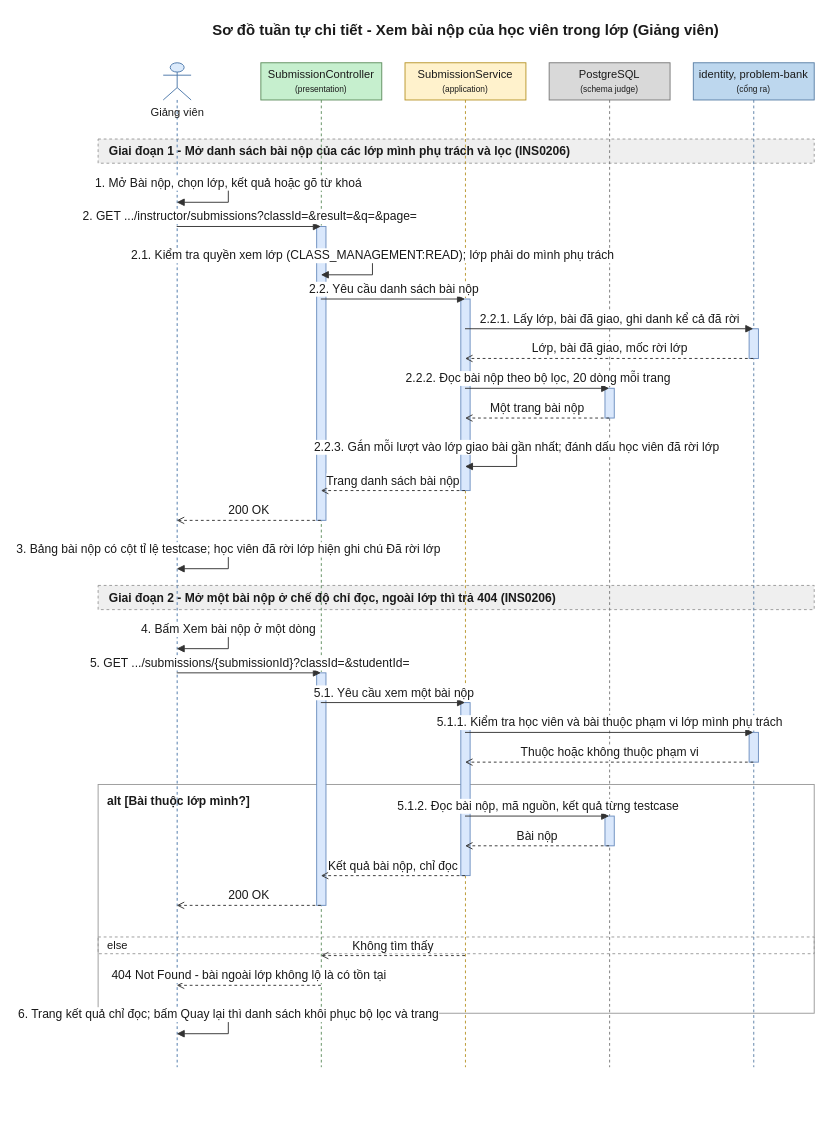
Above: 08-diagram/sequence/gv/sequence_gv_xem_bai_nop_cua_lop.drawio in daiphu1801/PRJ_ALGOPREP (draw.io), before the change. Source tidied: cells renumbered, new cells numbered last; positions are measured from the earlier drawing's top-left corner, leaving out a move shared by most shapes. Both pictures are drawn from the tidied source at 93%, with x=0, y=0 at pixel (98, 16).
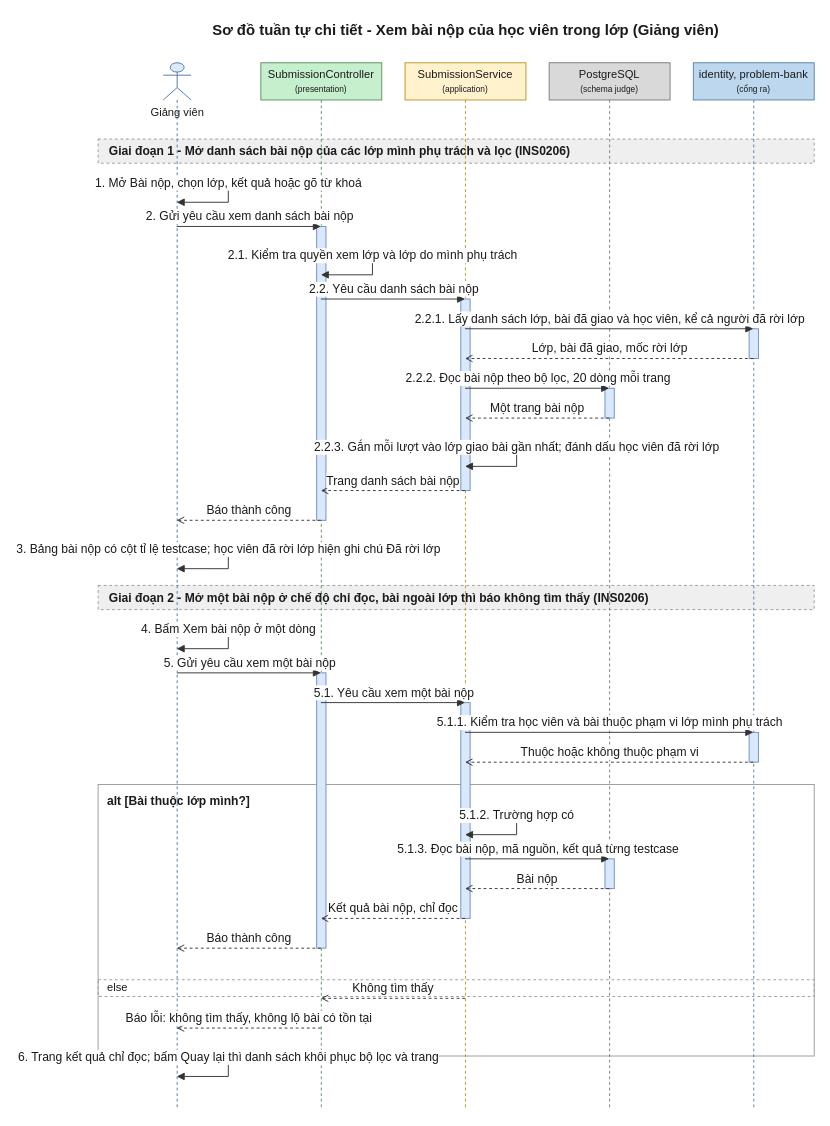
After the change.

Change to the diagram source:
```diff
@@
     <mxCell id="3" value="alt [Bài thuộc lớp mình?]" style="algoprep=alt;rounded=0;whiteSpace=wrap;html=1;fillColor=none;strokeColor=#999999;verticalAlign=top;align=left;spacingLeft=8;spacingTop=4;fontColor=#1A1A1A;fontSize=13;fontStyle=1;dashed=0;" parent="1" vertex="1">
-      <mxGeometry y="826" width="770" height="246" as="geometry" />
+      <mxGeometry y="826" width="770" height="292" as="geometry" />
     </mxCell>
     <mxCell id="4" value="else" style="text;html=1;dashed=1;strokeColor=#999999;fillColor=none;align=left;verticalAlign=middle;spacingLeft=8;fontColor=#1A1A1A;fontSize=12;" parent="1" vertex="1">
-      <mxGeometry y="990" width="770" height="18" as="geometry" />
+      <mxGeometry y="1036" width="770" height="18" as="geometry" />
     </mxCell>
@@
-    <mxCell id="6" value="Giai đoạn 2 - Mở một bài nộp ở chế độ chỉ đọc, ngoài lớp thì trả 404 (INS0206)" style="algoprep=phase;rounded=0;whiteSpace=wrap;html=1;fillColor=#EFEFEF;strokeColor=#999999;dashed=1;align=left;verticalAlign=middle;spacingLeft=10;fontColor=#1A1A1A;fontSize=13;fontStyle=1;" parent="1" vertex="1">
+    <mxCell id="6" value="Giai đoạn 2 - Mở một bài nộp ở chế độ chỉ đọc, bài ngoài lớp thì báo không tìm thấy (INS0206)" style="algoprep=phase;rounded=0;whiteSpace=wrap;html=1;fillColor=#EFEFEF;strokeColor=#999999;dashed=1;align=left;verticalAlign=middle;spacingLeft=10;fontColor=#1A1A1A;fontSize=13;fontStyle=1;" parent="1" vertex="1">
       <mxGeometry y="612" width="770" height="26" as="geometry" />
     </mxCell>
     <mxCell id="7" value="Giảng viên" style="shape=umlLifeline;participant=umlActor;perimeter=lifelinePerimeter;html=1;outlineConnect=0;size=40;verticalAlign=top;spacingTop=40;fillColor=#DCEBFC;strokeColor=#4A76A8;fontColor=#1A1A1A;" parent="1" vertex="1">
-      <mxGeometry x="70" y="50" width="30" height="1080" as="geometry" />
+      <mxGeometry x="70" y="50" width="30" height="1126" as="geometry" />
     </mxCell>
     <mxCell id="8" value="SubmissionController&lt;br&gt;&lt;font style=&quot;font-size:9px&quot;&gt;(presentation)&lt;/font&gt;" style="shape=umlLifeline;perimeter=lifelinePerimeter;whiteSpace=wrap;html=1;outlineConnect=0;size=40;fillColor=#C6EFCE;strokeColor=#5E8E5E;fontColor=#1A1A1A;" parent="1" vertex="1">
-      <mxGeometry x="175" y="50" width="130" height="1080" as="geometry" />
+      <mxGeometry x="175" y="50" width="130" height="1126" as="geometry" />
     </mxCell>
     <mxCell id="9" value="SubmissionService&lt;br&gt;&lt;font style=&quot;font-size:9px&quot;&gt;(application)&lt;/font&gt;" style="shape=umlLifeline;perimeter=lifelinePerimeter;whiteSpace=wrap;html=1;outlineConnect=0;size=40;fillColor=#FFF2CC;strokeColor=#B8952A;fontColor=#1A1A1A;" parent="1" vertex="1">
-      <mxGeometry x="330" y="50" width="130" height="1080" as="geometry" />
+      <mxGeometry x="330" y="50" width="130" height="1126" as="geometry" />
     </mxCell>
     <mxCell id="10" value="PostgreSQL&lt;br&gt;&lt;font style=&quot;font-size:9px&quot;&gt;(schema judge)&lt;/font&gt;" style="shape=umlLifeline;perimeter=lifelinePerimeter;whiteSpace=wrap;html=1;outlineConnect=0;size=40;fillColor=#D9D9D9;strokeColor=#7A7A7A;fontColor=#1A1A1A;" parent="1" vertex="1">
-      <mxGeometry x="485" y="50" width="130" height="1080" as="geometry" />
+      <mxGeometry x="485" y="50" width="130" height="1126" as="geometry" />
     </mxCell>
     <mxCell id="11" value="identity, problem-bank&lt;br&gt;&lt;font style=&quot;font-size:9px&quot;&gt;(cổng ra)&lt;/font&gt;" style="shape=umlLifeline;perimeter=lifelinePerimeter;whiteSpace=wrap;html=1;outlineConnect=0;size=40;fillColor=#BDD7EE;strokeColor=#5A7FA6;fontColor=#1A1A1A;" parent="1" vertex="1">
-      <mxGeometry x="640" y="50" width="130" height="1080" as="geometry" />
+      <mxGeometry x="640" y="50" width="130" height="1126" as="geometry" />
     </mxCell>
@@
     <mxCell id="17" style="html=1;perimeter=orthogonalPerimeter;targetShapes=umlLifeline;fillColor=#DAE8FC;strokeColor=#6C8EBF;" parent="10" vertex="1">
-      <mxGeometry x="60" y="810" width="10" height="32" as="geometry" />
+      <mxGeometry x="60" y="856" width="10" height="32" as="geometry" />
     </mxCell>
     <mxCell id="18" style="html=1;perimeter=orthogonalPerimeter;targetShapes=umlLifeline;fillColor=#DAE8FC;strokeColor=#6C8EBF;" parent="9" vertex="1">
-      <mxGeometry x="60" y="688" width="10" height="186" as="geometry" />
+      <mxGeometry x="60" y="688" width="10" height="232" as="geometry" />
     </mxCell>
     <mxCell id="19" style="html=1;perimeter=orthogonalPerimeter;targetShapes=umlLifeline;fillColor=#DAE8FC;strokeColor=#6C8EBF;" parent="8" vertex="1">
-      <mxGeometry x="60" y="656" width="10" height="250" as="geometry" />
+      <mxGeometry x="60" y="656" width="10" height="296" as="geometry" />
     </mxCell>
-    <mxCell id="20" value="1. Mở Bài nộp, chọn lớp, kết quả hoặc gõ từ khoá" style="edgeStyle=orthogonalEdgeStyle;rounded=0;html=1;endArrow=block;endFill=1;strokeColor=#333333;fontColor=#1A1A1A;fontSize=13;verticalAlign=bottom;exitX=0.5;exitY=0.1204;exitDx=0;exitDy=0;entryX=0.5;entryY=0.1389;entryDx=0;entryDy=0;" parent="1" edge="1" source="7" target="7">
+    <mxCell id="20" value="1. Mở Bài nộp, chọn lớp, kết quả hoặc gõ từ khoá" style="edgeStyle=orthogonalEdgeStyle;rounded=0;html=1;endArrow=block;endFill=1;strokeColor=#333333;fontColor=#1A1A1A;fontSize=13;verticalAlign=bottom;exitX=0.5;exitY=0.1155;exitDx=0;exitDy=0;entryX=0.5;entryY=0.1332;entryDx=0;entryDy=0;" parent="1" edge="1" source="7" target="7">
       <mxGeometry relative="1" as="geometry">
         <Array as="points">
           <mxPoint x="140" y="180" />
           <mxPoint x="140" y="200" />
         </Array>
       </mxGeometry>
     </mxCell>
-    <mxCell id="21" value="2. GET .../instructor/submissions?classId=&amp;amp;result=&amp;amp;q=&amp;amp;page=" style="edgeStyle=none;html=1;endArrow=block;endFill=1;strokeColor=#333333;fontColor=#1A1A1A;fontSize=13;verticalAlign=bottom;exitX=0.5;exitY=0.1630;exitDx=0;exitDy=0;entryX=0.5;entryY=0.1630;entryDx=0;entryDy=0;" parent="1" edge="1" source="7" target="8">
+    <mxCell id="21" value="2. Gửi yêu cầu xem danh sách bài nộp" style="edgeStyle=none;html=1;endArrow=block;endFill=1;strokeColor=#333333;fontColor=#1A1A1A;fontSize=13;verticalAlign=bottom;exitX=0.5;exitY=0.1563;exitDx=0;exitDy=0;entryX=0.5;entryY=0.1563;entryDx=0;entryDy=0;" parent="1" edge="1" source="7" target="8">
       <mxGeometry relative="1" as="geometry" />
     </mxCell>
-    <mxCell id="22" value="2.1. Kiểm tra quyền xem lớp (CLASS_MANAGEMENT:READ); lớp phải do mình phụ trách" style="edgeStyle=orthogonalEdgeStyle;rounded=0;html=1;endArrow=block;endFill=1;strokeColor=#333333;fontColor=#1A1A1A;fontSize=13;verticalAlign=bottom;exitX=0.5;exitY=0.1926;exitDx=0;exitDy=0;entryX=0.5;entryY=0.2111;entryDx=0;entryDy=0;" parent="1" edge="1" source="8" target="8">
+    <mxCell id="22" value="2.1. Kiểm tra quyền xem lớp và lớp do mình phụ trách" style="edgeStyle=orthogonalEdgeStyle;rounded=0;html=1;endArrow=block;endFill=1;strokeColor=#333333;fontColor=#1A1A1A;fontSize=13;verticalAlign=bottom;exitX=0.5;exitY=0.1847;exitDx=0;exitDy=0;entryX=0.5;entryY=0.2025;entryDx=0;entryDy=0;" parent="1" edge="1" source="8" target="8">
       <mxGeometry relative="1" as="geometry">
         <Array as="points">
           <mxPoint x="295" y="258" />
           <mxPoint x="295" y="278" />
         </Array>
       </mxGeometry>
     </mxCell>
-    <mxCell id="23" value="2.2. Yêu cầu danh sách bài nộp" style="edgeStyle=none;html=1;endArrow=block;endFill=1;strokeColor=#333333;fontColor=#1A1A1A;fontSize=13;verticalAlign=bottom;exitX=0.5;exitY=0.2352;exitDx=0;exitDy=0;entryX=0.5;entryY=0.2352;entryDx=0;entryDy=0;" parent="1" edge="1" source="8" target="9">
+    <mxCell id="23" value="2.2. Yêu cầu danh sách bài nộp" style="edgeStyle=none;html=1;endArrow=block;endFill=1;strokeColor=#333333;fontColor=#1A1A1A;fontSize=13;verticalAlign=bottom;exitX=0.5;exitY=0.2256;exitDx=0;exitDy=0;entryX=0.5;entryY=0.2256;entryDx=0;entryDy=0;" parent="1" edge="1" source="8" target="9">
       <mxGeometry relative="1" as="geometry" />
     </mxCell>
-    <mxCell id="24" value="2.2.1. Lấy lớp, bài đã giao, ghi danh kể cả đã rời" style="edgeStyle=none;html=1;endArrow=block;endFill=1;strokeColor=#333333;fontColor=#1A1A1A;fontSize=13;verticalAlign=bottom;exitX=0.5;exitY=0.2648;exitDx=0;exitDy=0;entryX=0.5;entryY=0.2648;entryDx=0;entryDy=0;" parent="1" edge="1" source="9" target="11">
+    <mxCell id="24" value="2.2.1. Lấy danh sách lớp, bài đã giao và học viên, kể cả người đã rời lớp" style="edgeStyle=none;html=1;endArrow=block;endFill=1;strokeColor=#333333;fontColor=#1A1A1A;fontSize=13;verticalAlign=bottom;exitX=0.5;exitY=0.2540;exitDx=0;exitDy=0;entryX=0.5;entryY=0.2540;entryDx=0;entryDy=0;" parent="1" edge="1" source="9" target="11">
       <mxGeometry relative="1" as="geometry" />
     </mxCell>
-    <mxCell id="25" value="Lớp, bài đã giao, mốc rời lớp" style="edgeStyle=none;html=1;endArrow=open;endFill=0;dashed=1;strokeColor=#333333;fontColor=#1A1A1A;fontSize=13;verticalAlign=bottom;exitX=0.5;exitY=0.2944;exitDx=0;exitDy=0;entryX=0.5;entryY=0.2944;entryDx=0;entryDy=0;" parent="1" edge="1" source="11" target="9">
+    <mxCell id="25" value="Lớp, bài đã giao, mốc rời lớp" style="edgeStyle=none;html=1;endArrow=open;endFill=0;dashed=1;strokeColor=#333333;fontColor=#1A1A1A;fontSize=13;verticalAlign=bottom;exitX=0.5;exitY=0.2824;exitDx=0;exitDy=0;entryX=0.5;entryY=0.2824;entryDx=0;entryDy=0;" parent="1" edge="1" source="11" target="9">
       <mxGeometry relative="1" as="geometry" />
     </mxCell>
-    <mxCell id="26" value="2.2.2. Đọc bài nộp theo bộ lọc, 20 dòng mỗi trang" style="edgeStyle=none;html=1;endArrow=block;endFill=1;strokeColor=#333333;fontColor=#1A1A1A;fontSize=13;verticalAlign=bottom;exitX=0.5;exitY=0.3241;exitDx=0;exitDy=0;entryX=0.5;entryY=0.3241;entryDx=0;entryDy=0;" parent="1" edge="1" source="9" target="10">
+    <mxCell id="26" value="2.2.2. Đọc bài nộp theo bộ lọc, 20 dòng mỗi trang" style="edgeStyle=none;html=1;endArrow=block;endFill=1;strokeColor=#333333;fontColor=#1A1A1A;fontSize=13;verticalAlign=bottom;exitX=0.5;exitY=0.3108;exitDx=0;exitDy=0;entryX=0.5;entryY=0.3108;entryDx=0;entryDy=0;" parent="1" edge="1" source="9" target="10">
       <mxGeometry relative="1" as="geometry" />
     </mxCell>
-    <mxCell id="27" value="Một trang bài nộp" style="edgeStyle=none;html=1;endArrow=open;endFill=0;dashed=1;strokeColor=#333333;fontColor=#1A1A1A;fontSize=13;verticalAlign=bottom;exitX=0.5;exitY=0.3537;exitDx=0;exitDy=0;entryX=0.5;entryY=0.3537;entryDx=0;entryDy=0;" parent="1" edge="1" source="10" target="9">
+    <mxCell id="27" value="Một trang bài nộp" style="edgeStyle=none;html=1;endArrow=open;endFill=0;dashed=1;strokeColor=#333333;fontColor=#1A1A1A;fontSize=13;verticalAlign=bottom;exitX=0.5;exitY=0.3393;exitDx=0;exitDy=0;entryX=0.5;entryY=0.3393;entryDx=0;entryDy=0;" parent="1" edge="1" source="10" target="9">
       <mxGeometry relative="1" as="geometry" />
     </mxCell>
-    <mxCell id="28" value="2.2.3. Gắn mỗi lượt vào lớp giao bài gần nhất; đánh dấu học viên đã rời lớp" style="edgeStyle=orthogonalEdgeStyle;rounded=0;html=1;endArrow=block;endFill=1;strokeColor=#333333;fontColor=#1A1A1A;fontSize=13;verticalAlign=bottom;exitX=0.5;exitY=0.3833;exitDx=0;exitDy=0;entryX=0.5;entryY=0.4019;entryDx=0;entryDy=0;" parent="1" edge="1" source="9" target="9">
+    <mxCell id="28" value="2.2.3. Gắn mỗi lượt vào lớp giao bài gần nhất; đánh dấu học viên đã rời lớp" style="edgeStyle=orthogonalEdgeStyle;rounded=0;html=1;endArrow=block;endFill=1;strokeColor=#333333;fontColor=#1A1A1A;fontSize=13;verticalAlign=bottom;exitX=0.5;exitY=0.3677;exitDx=0;exitDy=0;entryX=0.5;entryY=0.3854;entryDx=0;entryDy=0;" parent="1" edge="1" source="9" target="9">
       <mxGeometry relative="1" as="geometry">
         <Array as="points">
           <mxPoint x="450" y="464" />
           <mxPoint x="450" y="484" />
         </Array>
       </mxGeometry>
     </mxCell>
-    <mxCell id="29" value="Trang danh sách bài nộp" style="edgeStyle=none;html=1;endArrow=open;endFill=0;dashed=1;strokeColor=#333333;fontColor=#1A1A1A;fontSize=13;verticalAlign=bottom;exitX=0.5;exitY=0.4259;exitDx=0;exitDy=0;entryX=0.5;entryY=0.4259;entryDx=0;entryDy=0;" parent="1" edge="1" source="9" target="8">
+    <mxCell id="29" value="Trang danh sách bài nộp" style="edgeStyle=none;html=1;endArrow=open;endFill=0;dashed=1;strokeColor=#333333;fontColor=#1A1A1A;fontSize=13;verticalAlign=bottom;exitX=0.5;exitY=0.4085;exitDx=0;exitDy=0;entryX=0.5;entryY=0.4085;entryDx=0;entryDy=0;" parent="1" edge="1" source="9" target="8">
       <mxGeometry relative="1" as="geometry" />
     </mxCell>
-    <mxCell id="30" value="200 OK" style="edgeStyle=none;html=1;endArrow=open;endFill=0;dashed=1;strokeColor=#333333;fontColor=#1A1A1A;fontSize=13;verticalAlign=bottom;exitX=0.5;exitY=0.4556;exitDx=0;exitDy=0;entryX=0.5;entryY=0.4556;entryDx=0;entryDy=0;" parent="1" edge="1" source="8" target="7">
+    <mxCell id="30" value="Báo thành công" style="edgeStyle=none;html=1;endArrow=open;endFill=0;dashed=1;strokeColor=#333333;fontColor=#1A1A1A;fontSize=13;verticalAlign=bottom;exitX=0.5;exitY=0.4369;exitDx=0;exitDy=0;entryX=0.5;entryY=0.4369;entryDx=0;entryDy=0;" parent="1" edge="1" source="8" target="7">
       <mxGeometry relative="1" as="geometry" />
     </mxCell>
-    <mxCell id="31" value="3. Bảng bài nộp có cột tỉ lệ testcase; học viên đã rời lớp hiện ghi chú Đã rời lớp" style="edgeStyle=orthogonalEdgeStyle;rounded=0;html=1;endArrow=block;endFill=1;strokeColor=#333333;fontColor=#1A1A1A;fontSize=13;verticalAlign=bottom;exitX=0.5;exitY=0.4852;exitDx=0;exitDy=0;entryX=0.5;entryY=0.5037;entryDx=0;entryDy=0;" parent="1" edge="1" source="7" target="7">
+    <mxCell id="31" value="3. Bảng bài nộp có cột tỉ lệ testcase; học viên đã rời lớp hiện ghi chú Đã rời lớp" style="edgeStyle=orthogonalEdgeStyle;rounded=0;html=1;endArrow=block;endFill=1;strokeColor=#333333;fontColor=#1A1A1A;fontSize=13;verticalAlign=bottom;exitX=0.5;exitY=0.4654;exitDx=0;exitDy=0;entryX=0.5;entryY=0.4831;entryDx=0;entryDy=0;" parent="1" edge="1" source="7" target="7">
       <mxGeometry relative="1" as="geometry">
         <Array as="points">
           <mxPoint x="140" y="574" />
           <mxPoint x="140" y="594" />
         </Array>
       </mxGeometry>
     </mxCell>
-    <mxCell id="32" value="4. Bấm Xem bài nộp ở một dòng" style="edgeStyle=orthogonalEdgeStyle;rounded=0;html=1;endArrow=block;endFill=1;strokeColor=#333333;fontColor=#1A1A1A;fontSize=13;verticalAlign=bottom;exitX=0.5;exitY=0.5648;exitDx=0;exitDy=0;entryX=0.5;entryY=0.5833;entryDx=0;entryDy=0;" parent="1" edge="1" source="7" target="7">
+    <mxCell id="32" value="4. Bấm Xem bài nộp ở một dòng" style="edgeStyle=orthogonalEdgeStyle;rounded=0;html=1;endArrow=block;endFill=1;strokeColor=#333333;fontColor=#1A1A1A;fontSize=13;verticalAlign=bottom;exitX=0.5;exitY=0.5417;exitDx=0;exitDy=0;entryX=0.5;entryY=0.5595;entryDx=0;entryDy=0;" parent="1" edge="1" source="7" target="7">
       <mxGeometry relative="1" as="geometry">
         <Array as="points">
           <mxPoint x="140" y="660" />
           <mxPoint x="140" y="680" />
         </Array>
       </mxGeometry>
     </mxCell>
-    <mxCell id="33" value="5. GET .../submissions/{submissionId}?classId=&amp;amp;studentId=" style="edgeStyle=none;html=1;endArrow=block;endFill=1;strokeColor=#333333;fontColor=#1A1A1A;fontSize=13;verticalAlign=bottom;exitX=0.5;exitY=0.6074;exitDx=0;exitDy=0;entryX=0.5;entryY=0.6074;entryDx=0;entryDy=0;" parent="1" edge="1" source="7" target="8">
+    <mxCell id="33" value="5. Gửi yêu cầu xem một bài nộp" style="edgeStyle=none;html=1;endArrow=block;endFill=1;strokeColor=#333333;fontColor=#1A1A1A;fontSize=13;verticalAlign=bottom;exitX=0.5;exitY=0.5826;exitDx=0;exitDy=0;entryX=0.5;entryY=0.5826;entryDx=0;entryDy=0;" parent="1" edge="1" source="7" target="8">
       <mxGeometry relative="1" as="geometry" />
     </mxCell>
-    <mxCell id="34" value="5.1. Yêu cầu xem một bài nộp" style="edgeStyle=none;html=1;endArrow=block;endFill=1;strokeColor=#333333;fontColor=#1A1A1A;fontSize=13;verticalAlign=bottom;exitX=0.5;exitY=0.6370;exitDx=0;exitDy=0;entryX=0.5;entryY=0.6370;entryDx=0;entryDy=0;" parent="1" edge="1" source="8" target="9">
+    <mxCell id="34" value="5.1. Yêu cầu xem một bài nộp" style="edgeStyle=none;html=1;endArrow=block;endFill=1;strokeColor=#333333;fontColor=#1A1A1A;fontSize=13;verticalAlign=bottom;exitX=0.5;exitY=0.6110;exitDx=0;exitDy=0;entryX=0.5;entryY=0.6110;entryDx=0;entryDy=0;" parent="1" edge="1" source="8" target="9">
       <mxGeometry relative="1" as="geometry" />
     </mxCell>
-    <mxCell id="35" value="5.1.1. Kiểm tra học viên và bài thuộc phạm vi lớp mình phụ trách" style="edgeStyle=none;html=1;endArrow=block;endFill=1;strokeColor=#333333;fontColor=#1A1A1A;fontSize=13;verticalAlign=bottom;exitX=0.5;exitY=0.6667;exitDx=0;exitDy=0;entryX=0.5;entryY=0.6667;entryDx=0;entryDy=0;" parent="1" edge="1" source="9" target="11">
+    <mxCell id="35" value="5.1.1. Kiểm tra học viên và bài thuộc phạm vi lớp mình phụ trách" style="edgeStyle=none;html=1;endArrow=block;endFill=1;strokeColor=#333333;fontColor=#1A1A1A;fontSize=13;verticalAlign=bottom;exitX=0.5;exitY=0.6394;exitDx=0;exitDy=0;entryX=0.5;entryY=0.6394;entryDx=0;entryDy=0;" parent="1" edge="1" source="9" target="11">
       <mxGeometry relative="1" as="geometry" />
     </mxCell>
-    <mxCell id="36" value="Thuộc hoặc không thuộc phạm vi" style="edgeStyle=none;html=1;endArrow=open;endFill=0;dashed=1;strokeColor=#333333;fontColor=#1A1A1A;fontSize=13;verticalAlign=bottom;exitX=0.5;exitY=0.6963;exitDx=0;exitDy=0;entryX=0.5;entryY=0.6963;entryDx=0;entryDy=0;" parent="1" edge="1" source="11" target="9">
+    <mxCell id="36" value="Thuộc hoặc không thuộc phạm vi" style="edgeStyle=none;html=1;endArrow=open;endFill=0;dashed=1;strokeColor=#333333;fontColor=#1A1A1A;fontSize=13;verticalAlign=bottom;exitX=0.5;exitY=0.6679;exitDx=0;exitDy=0;entryX=0.5;entryY=0.6679;entryDx=0;entryDy=0;" parent="1" edge="1" source="11" target="9">
       <mxGeometry relative="1" as="geometry" />
     </mxCell>
-    <mxCell id="37" value="5.1.2. Đọc bài nộp, mã nguồn, kết quả từng testcase" style="edgeStyle=none;html=1;endArrow=block;endFill=1;strokeColor=#333333;fontColor=#1A1A1A;fontSize=13;verticalAlign=bottom;exitX=0.5;exitY=0.7500;exitDx=0;exitDy=0;entryX=0.5;entryY=0.7500;entryDx=0;entryDy=0;" parent="1" edge="1" source="9" target="10">
-      <mxGeometry relative="1" as="geometry" />
+    <mxCell id="37" value="5.1.2. Trường hợp có" style="edgeStyle=orthogonalEdgeStyle;rounded=0;html=1;endArrow=block;endFill=1;strokeColor=#333333;fontColor=#1A1A1A;fontSize=13;verticalAlign=bottom;exitX=0.5;exitY=0.7194;exitDx=0;exitDy=0;entryX=0.5;entryY=0.7371;entryDx=0;entryDy=0;" parent="1" edge="1" source="9" target="9">
+      <mxGeometry relative="1" as="geometry">
+        <Array as="points">
+          <mxPoint x="450" y="860" />
+          <mxPoint x="450" y="880" />
+        </Array>
+      </mxGeometry>
     </mxCell>
-    <mxCell id="38" value="Bài nộp" style="edgeStyle=none;html=1;endArrow=open;endFill=0;dashed=1;strokeColor=#333333;fontColor=#1A1A1A;fontSize=13;verticalAlign=bottom;exitX=0.5;exitY=0.7796;exitDx=0;exitDy=0;entryX=0.5;entryY=0.7796;entryDx=0;entryDy=0;" parent="1" edge="1" source="10" target="9">
+    <mxCell id="38" value="5.1.3. Đọc bài nộp, mã nguồn, kết quả từng testcase" style="edgeStyle=none;html=1;endArrow=block;endFill=1;strokeColor=#333333;fontColor=#1A1A1A;fontSize=13;verticalAlign=bottom;exitX=0.5;exitY=0.7602;exitDx=0;exitDy=0;entryX=0.5;entryY=0.7602;entryDx=0;entryDy=0;" parent="1" edge="1" source="9" target="10">
       <mxGeometry relative="1" as="geometry" />
     </mxCell>
-    <mxCell id="39" value="Kết quả bài nộp, chỉ đọc" style="edgeStyle=none;html=1;endArrow=open;endFill=0;dashed=1;strokeColor=#333333;fontColor=#1A1A1A;fontSize=13;verticalAlign=bottom;exitX=0.5;exitY=0.8093;exitDx=0;exitDy=0;entryX=0.5;entryY=0.8093;entryDx=0;entryDy=0;" parent="1" edge="1" source="9" target="8">
+    <mxCell id="39" value="Bài nộp" style="edgeStyle=none;html=1;endArrow=open;endFill=0;dashed=1;strokeColor=#333333;fontColor=#1A1A1A;fontSize=13;verticalAlign=bottom;exitX=0.5;exitY=0.7886;exitDx=0;exitDy=0;entryX=0.5;entryY=0.7886;entryDx=0;entryDy=0;" parent="1" edge="1" source="10" target="9">
       <mxGeometry relative="1" as="geometry" />
     </mxCell>
-    <mxCell id="40" value="200 OK" style="edgeStyle=none;html=1;endArrow=open;endFill=0;dashed=1;strokeColor=#333333;fontColor=#1A1A1A;fontSize=13;verticalAlign=bottom;exitX=0.5;exitY=0.8389;exitDx=0;exitDy=0;entryX=0.5;entryY=0.8389;entryDx=0;entryDy=0;" parent="1" edge="1" source="8" target="7">
+    <mxCell id="40" value="Kết quả bài nộp, chỉ đọc" style="edgeStyle=none;html=1;endArrow=open;endFill=0;dashed=1;strokeColor=#333333;fontColor=#1A1A1A;fontSize=13;verticalAlign=bottom;exitX=0.5;exitY=0.8171;exitDx=0;exitDy=0;entryX=0.5;entryY=0.8171;entryDx=0;entryDy=0;" parent="1" edge="1" source="9" target="8">
       <mxGeometry relative="1" as="geometry" />
     </mxCell>
-    <mxCell id="41" value="Không tìm thấy" style="edgeStyle=none;html=1;endArrow=open;endFill=0;dashed=1;strokeColor=#333333;fontColor=#1A1A1A;fontSize=13;verticalAlign=bottom;exitX=0.5;exitY=0.8889;exitDx=0;exitDy=0;entryX=0.5;entryY=0.8889;entryDx=0;entryDy=0;" parent="1" edge="1" source="9" target="8">
+    <mxCell id="41" value="Báo thành công" style="edgeStyle=none;html=1;endArrow=open;endFill=0;dashed=1;strokeColor=#333333;fontColor=#1A1A1A;fontSize=13;verticalAlign=bottom;exitX=0.5;exitY=0.8455;exitDx=0;exitDy=0;entryX=0.5;entryY=0.8455;entryDx=0;entryDy=0;" parent="1" edge="1" source="8" target="7">
       <mxGeometry relative="1" as="geometry" />
     </mxCell>
-    <mxCell id="42" value="404 Not Found - bài ngoài lớp không lộ là có tồn tại" style="edgeStyle=none;html=1;endArrow=open;endFill=0;dashed=1;strokeColor=#333333;fontColor=#1A1A1A;fontSize=13;verticalAlign=bottom;exitX=0.5;exitY=0.9185;exitDx=0;exitDy=0;entryX=0.5;entryY=0.9185;entryDx=0;entryDy=0;" parent="1" edge="1" source="8" target="7">
+    <mxCell id="42" value="Không tìm thấy" style="edgeStyle=none;html=1;endArrow=open;endFill=0;dashed=1;strokeColor=#333333;fontColor=#1A1A1A;fontSize=13;verticalAlign=bottom;exitX=0.5;exitY=0.8934;exitDx=0;exitDy=0;entryX=0.5;entryY=0.8934;entryDx=0;entryDy=0;" parent="1" edge="1" source="9" target="8">
       <mxGeometry relative="1" as="geometry" />
     </mxCell>
-    <mxCell id="43" value="6. Trang kết quả chỉ đọc; bấm Quay lại thì danh sách khôi phục bộ lọc và trang" style="edgeStyle=orthogonalEdgeStyle;rounded=0;html=1;endArrow=block;endFill=1;strokeColor=#333333;fontColor=#1A1A1A;fontSize=13;verticalAlign=bottom;exitX=0.5;exitY=0.9481;exitDx=0;exitDy=0;entryX=0.5;entryY=0.9667;entryDx=0;entryDy=0;" parent="1" edge="1" source="7" target="7">
-      <mxGeometry relative="1" as="geometry">
-        <Array as="points">
-          <mxPoint x="140" y="1074" />
-          <mxPoint x="140" y="1094" />
-        </Array>
-      </mxGeometry>
+    <mxCell id="43" value="Báo lỗi: không tìm thấy, không lộ bài có tồn tại" style="edgeStyle=none;html=1;endArrow=open;endFill=0;dashed=1;strokeColor=#333333;fontColor=#1A1A1A;fontSize=13;verticalAlign=bottom;exitX=0.5;exitY=0.9218;exitDx=0;exitDy=0;entryX=0.5;entryY=0.9218;entryDx=0;entryDy=0;" parent="1" edge="1" source="8" target="7">
+      <mxGeometry relative="1" as="geometry" />
     </mxCell>
+    <mxCell id="44" value="6. Trang kết quả chỉ đọc; bấm Quay lại thì danh sách khôi phục bộ lọc và trang" style="edgeStyle=orthogonalEdgeStyle;rounded=0;html=1;endArrow=block;endFill=1;strokeColor=#333333;fontColor=#1A1A1A;fontSize=13;verticalAlign=bottom;exitX=0.5;exitY=0.9503;exitDx=0;exitDy=0;entryX=0.5;entryY=0.9680;entryDx=0;entryDy=0;" parent="1" edge="1" source="7" target="7">
+      <mxGeometry relative="1" as="geometry">
+        <Array as="points">
+          <mxPoint x="140" y="1120" />
+          <mxPoint x="140" y="1140" />
+        </Array>
+      </mxGeometry>
+    </mxCell>
```
